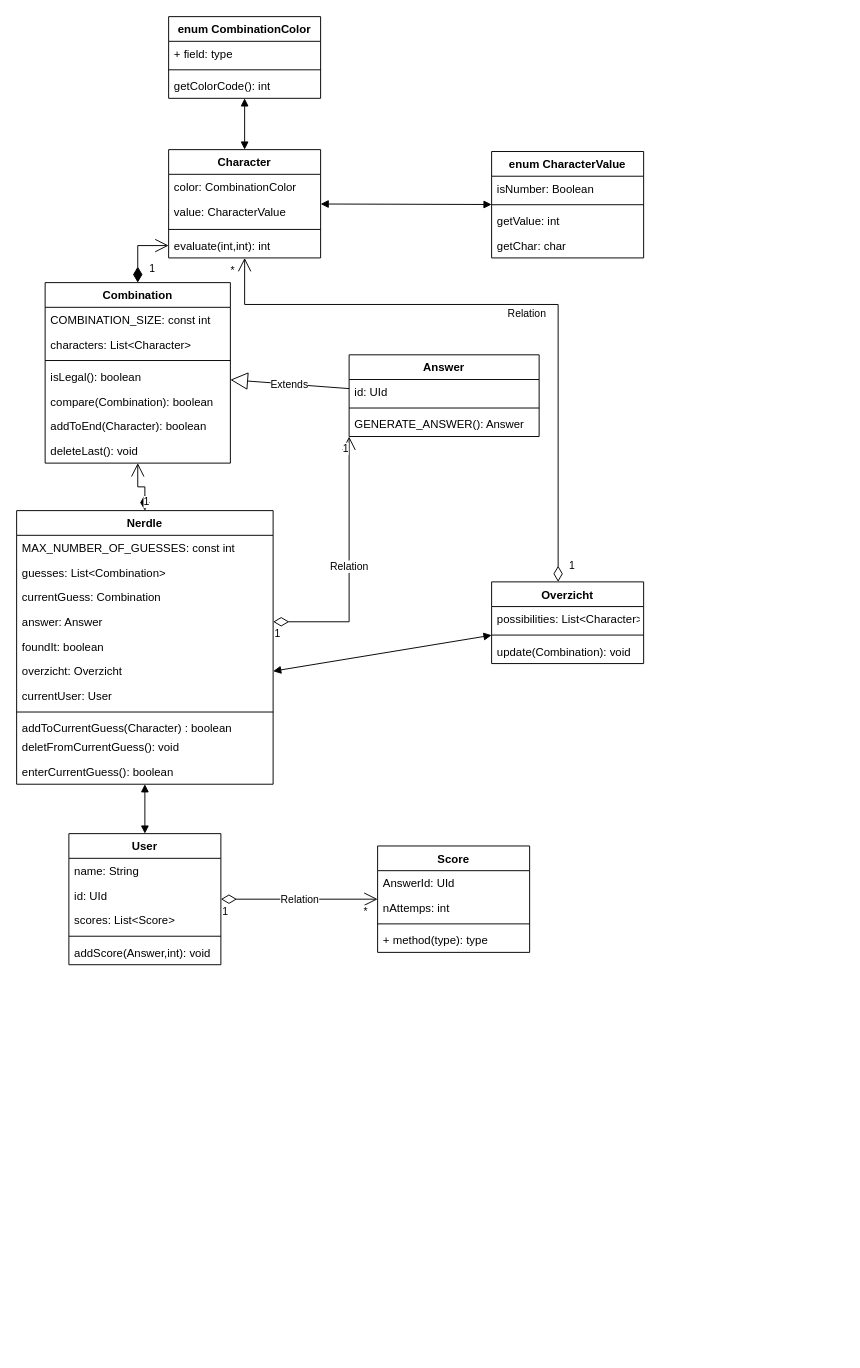
Earlier version of the draw.io diagram KlasseDiagram.drawio (jelseg/Nerdle). Source tidied: cells renumbered, new cells numbered last; positions are measured from the earlier drawing's top-left corner, leaving out a move shared by most shapes. Both pictures are drawn from the tidied source at 95%, with x=0, y=0 at pixel (16, 16).
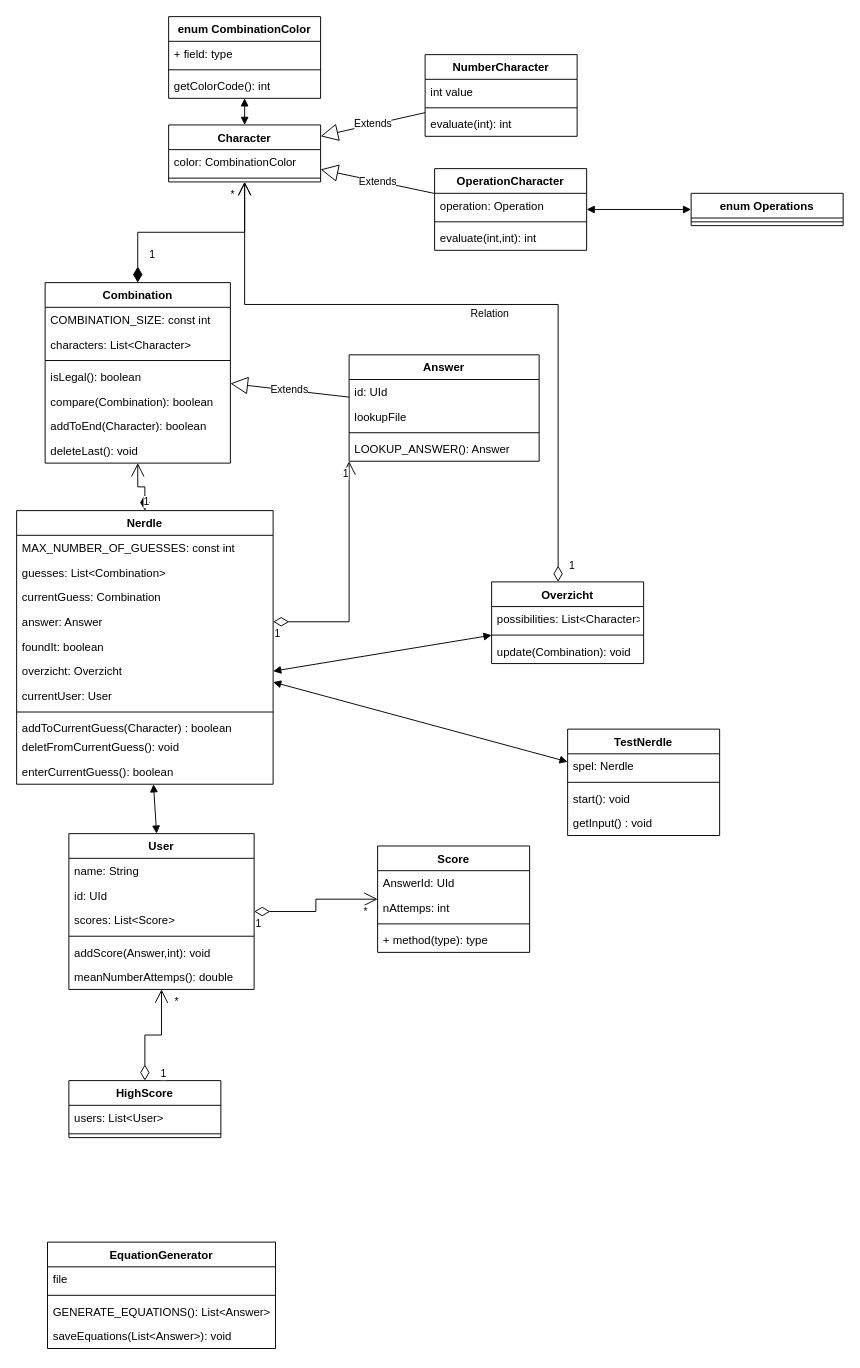
The same diagram, later.

The change refers to these unchanged cells:
```xml
<mxCell id="2" value="Nerdle" style="swimlane;fontStyle=1;align=center;verticalAlign=top;horizontal=1;startSize=26;" parent="1" vertex="1">
  <mxGeometry y="520" width="270" height="288" as="geometry" />
</mxCell>
<mxCell id="6" value="answer: Answer" style="text;strokeColor=none;fillColor=none;align=left;verticalAlign=top;spacingLeft=4;spacingRight=4;overflow=hidden;points=[[0,0.5],[1,0.5]];portConstraint=eastwest;" parent="2" vertex="1">
  <mxGeometry y="104" width="270" height="26" as="geometry" />
</mxCell>
<mxCell id="14" value="Combination" style="swimlane;fontStyle=1;align=center;verticalAlign=top;horizontal=1;startSize=26;" parent="1" vertex="1">
  <mxGeometry x="30" y="280" width="195" height="190" as="geometry" />
</mxCell>
<mxCell id="55" value="Score" style="swimlane;fontStyle=1;align=center;verticalAlign=top;horizontal=1;startSize=26;" parent="1" vertex="1">
  <mxGeometry x="380" y="873" width="160" height="112" as="geometry" />
</mxCell>
```

What changed in the source:
```diff
@@
     <mxCell id="23" value="Character" style="swimlane;fontStyle=1;align=center;verticalAlign=top;horizontal=1;startSize=26;" parent="1" vertex="1">
-      <mxGeometry x="160" y="140" width="160" height="114" as="geometry" />
+      <mxGeometry x="160" y="114" width="160" height="60" as="geometry" />
     </mxCell>
@@
-    <mxCell id="25" value="value: CharacterValue" style="text;strokeColor=none;fillColor=none;align=left;verticalAlign=top;spacingLeft=4;spacingRight=4;overflow=hidden;" parent="23" vertex="1">
-      <mxGeometry y="52" width="160" height="28" as="geometry" />
-    </mxCell>
     <mxCell id="26" style="line;strokeWidth=1;fillColor=none;align=left;verticalAlign=middle;spacingTop=-1;spacingLeft=3;spacingRight=3;labelPosition=right;strokeColor=inherit;" parent="23" vertex="1">
-      <mxGeometry y="80" width="160" height="8" as="geometry" />
+      <mxGeometry y="52" width="160" height="8" as="geometry" />
     </mxCell>
-    <mxCell id="27" value="evaluate(int,int): int" style="text;strokeColor=none;fillColor=none;align=left;verticalAlign=top;spacingLeft=4;spacingRight=4;overflow=hidden;points=[[0,0.5],[1,0.5]];portConstraint=eastwest;" parent="23" vertex="1">
-      <mxGeometry y="88" width="160" height="26" as="geometry" />
-    </mxCell>
@@
-    <mxCell id="32" value="1" style="endArrow=open;html=1;endSize=12;startArrow=diamondThin;startSize=14;startFill=1;edgeStyle=orthogonalEdgeStyle;align=left;verticalAlign=bottom;rounded=0;" parent="1" edge="1" source="14" target="27">
+    <mxCell id="32" value="1" style="endArrow=open;html=1;endSize=12;startArrow=diamondThin;startSize=14;startFill=1;edgeStyle=orthogonalEdgeStyle;align=left;verticalAlign=bottom;rounded=0;" parent="1" edge="1" source="14" target="23">
       <mxGeometry x="-0.82" y="-10" relative="1" as="geometry" />
     </mxCell>
-    <mxCell id="33" value="enum CharacterValue" style="swimlane;fontStyle=1;align=center;verticalAlign=top;horizontal=1;startSize=26;" parent="1" vertex="1">
-      <mxGeometry x="500" y="142" width="160" height="112" as="geometry" />
+    <mxCell id="33" value="enum Operations" style="swimlane;fontStyle=1;align=center;verticalAlign=top;horizontal=1;startSize=26;" parent="1" vertex="1">
+      <mxGeometry x="710" y="186" width="160" height="34" as="geometry" />
     </mxCell>
-    <mxCell id="34" value="isNumber: Boolean" style="text;strokeColor=none;fillColor=none;align=left;verticalAlign=top;spacingLeft=4;spacingRight=4;overflow=hidden;" parent="33" vertex="1">
-      <mxGeometry y="26" width="160" height="26" as="geometry" />
-    </mxCell>
     <mxCell id="35" style="line;strokeWidth=1;fillColor=none;align=left;verticalAlign=middle;spacingTop=-1;spacingLeft=3;spacingRight=3;labelPosition=right;strokeColor=inherit;" parent="33" vertex="1">
-      <mxGeometry y="52" width="160" height="8" as="geometry" />
+      <mxGeometry y="26" width="160" height="8" as="geometry" />
     </mxCell>
-    <mxCell id="36" value="getValue: int" style="text;strokeColor=none;fillColor=none;align=left;verticalAlign=top;spacingLeft=4;spacingRight=4;overflow=hidden;" parent="33" vertex="1">
-      <mxGeometry y="60" width="160" height="26" as="geometry" />
-    </mxCell>
-    <mxCell id="37" value="getChar: char" style="text;strokeColor=none;fillColor=none;align=left;verticalAlign=top;spacingLeft=4;spacingRight=4;overflow=hidden;" parent="33" vertex="1">
-      <mxGeometry y="86" width="160" height="26" as="geometry" />
-    </mxCell>
-    <mxCell id="38" style="endArrow=block;startArrow=block;endFill=1;startFill=1;html=1;rounded=0;" parent="1" edge="1" source="23" target="33">
+    <mxCell id="38" style="endArrow=block;startArrow=block;endFill=1;startFill=1;html=1;rounded=0;" parent="1" edge="1" source="94" target="33">
       <mxGeometry relative="1" as="geometry" />
     </mxCell>
@@
     <mxCell id="48" value="User" style="swimlane;fontStyle=1;align=center;verticalAlign=top;horizontal=1;startSize=26;" parent="1" vertex="1">
-      <mxGeometry x="55" y="860" width="160" height="138" as="geometry" />
+      <mxGeometry x="55" y="860" width="195" height="164" as="geometry" />
     </mxCell>
     <mxCell id="49" value="name: String" style="text;strokeColor=none;fillColor=none;align=left;verticalAlign=top;spacingLeft=4;spacingRight=4;overflow=hidden;" parent="48" vertex="1">
-      <mxGeometry y="26" width="160" height="26" as="geometry" />
+      <mxGeometry y="26" width="195" height="26" as="geometry" />
     </mxCell>
     <mxCell id="50" value="id: UId" style="text;strokeColor=none;fillColor=none;align=left;verticalAlign=top;spacingLeft=4;spacingRight=4;overflow=hidden;" parent="48" vertex="1">
-      <mxGeometry y="52" width="160" height="26" as="geometry" />
+      <mxGeometry y="52" width="195" height="26" as="geometry" />
     </mxCell>
     <mxCell id="51" value="scores: List&lt;Score&gt;" style="text;strokeColor=none;fillColor=none;align=left;verticalAlign=top;spacingLeft=4;spacingRight=4;overflow=hidden;" parent="48" vertex="1">
-      <mxGeometry y="78" width="160" height="26" as="geometry" />
+      <mxGeometry y="78" width="195" height="26" as="geometry" />
     </mxCell>
     <mxCell id="52" style="line;strokeWidth=1;fillColor=none;align=left;verticalAlign=middle;spacingTop=-1;spacingLeft=3;spacingRight=3;labelPosition=right;strokeColor=inherit;" parent="48" vertex="1">
-      <mxGeometry y="104" width="160" height="8" as="geometry" />
+      <mxGeometry y="104" width="195" height="8" as="geometry" />
     </mxCell>
     <mxCell id="53" value="addScore(Answer,int): void" style="text;strokeColor=none;fillColor=none;align=left;verticalAlign=top;spacingLeft=4;spacingRight=4;overflow=hidden;" parent="48" vertex="1">
-      <mxGeometry y="112" width="160" height="26" as="geometry" />
+      <mxGeometry y="112" width="195" height="26" as="geometry" />
     </mxCell>
+    <mxCell id="71" value="meanNumberAttemps(): double" style="text;strokeColor=none;fillColor=none;align=left;verticalAlign=top;spacingLeft=4;spacingRight=4;overflow=hidden;" parent="48" vertex="1">
+      <mxGeometry y="138" width="195" height="26" as="geometry" />
+    </mxCell>
@@
     <mxCell id="60" value="Answer" style="swimlane;fontStyle=1;align=center;verticalAlign=top;horizontal=1;startSize=26;" parent="1" vertex="1">
-      <mxGeometry x="350" y="356" width="200" height="86" as="geometry" />
+      <mxGeometry x="350" y="356" width="200" height="112" as="geometry" />
     </mxCell>
@@
+    <mxCell id="72" value="lookupFile" style="text;strokeColor=none;fillColor=none;align=left;verticalAlign=top;spacingLeft=4;spacingRight=4;overflow=hidden;" parent="60" vertex="1">
+      <mxGeometry y="52" width="200" height="26" as="geometry" />
+    </mxCell>
     <mxCell id="62" style="line;strokeWidth=1;fillColor=none;align=left;verticalAlign=middle;spacingTop=-1;spacingLeft=3;spacingRight=3;labelPosition=right;strokeColor=inherit;" parent="60" vertex="1">
-      <mxGeometry y="52" width="200" height="8" as="geometry" />
+      <mxGeometry y="78" width="200" height="8" as="geometry" />
     </mxCell>
-    <mxCell id="63" value="GENERATE_ANSWER(): Answer" style="text;strokeColor=none;fillColor=none;align=left;verticalAlign=top;spacingLeft=4;spacingRight=4;overflow=hidden;" parent="60" vertex="1">
-      <mxGeometry y="60" width="200" height="26" as="geometry" />
+    <mxCell id="63" value="LOOKUP_ANSWER(): Answer" style="text;strokeColor=none;fillColor=none;align=left;verticalAlign=top;spacingLeft=4;spacingRight=4;overflow=hidden;" parent="60" vertex="1">
+      <mxGeometry y="86" width="200" height="26" as="geometry" />
     </mxCell>
@@
-    <mxCell id="65" value="Relation" style="endArrow=open;html=1;endSize=12;startArrow=diamondThin;startSize=14;startFill=0;edgeStyle=orthogonalEdgeStyle;rounded=0;" parent="1" edge="1" source="6" target="60">
-      <mxGeometry relative="1" as="geometry">
+    <mxCell id="65" style="endArrow=open;html=1;endSize=12;startArrow=diamondThin;startSize=14;startFill=0;edgeStyle=orthogonalEdgeStyle;rounded=0;" parent="1" edge="1" source="6" target="60">
+      <mxGeometry x="0.02" y="-30" relative="1" as="geometry">
         <Array as="points">
           <mxPoint x="350" y="637" />
         </Array>
       </mxGeometry>
     </mxCell>
@@
-    <mxCell id="68" value="Relation" style="endArrow=open;html=1;endSize=12;startArrow=diamondThin;startSize=14;startFill=0;edgeStyle=orthogonalEdgeStyle;rounded=0;" parent="1" edge="1" source="48" target="55">
-      <mxGeometry relative="1" as="geometry" />
+    <mxCell id="68" style="endArrow=open;html=1;endSize=12;startArrow=diamondThin;startSize=14;startFill=0;edgeStyle=orthogonalEdgeStyle;rounded=0;" parent="1" edge="1" source="48" target="55">
+      <mxGeometry x="0.09" y="39" relative="1" as="geometry">
+        <mxPoint x="-5" as="offset" />
+      </mxGeometry>
     </mxCell>
@@
+    <mxCell id="73" value="HighScore" style="swimlane;fontStyle=1;align=center;verticalAlign=top;horizontal=1;startSize=26;" parent="1" vertex="1">
+      <mxGeometry x="55" y="1120" width="160" height="60" as="geometry" />
+    </mxCell>
+    <mxCell id="74" value="users: List&lt;User&gt;" style="text;strokeColor=none;fillColor=none;align=left;verticalAlign=top;spacingLeft=4;spacingRight=4;overflow=hidden;" parent="73" vertex="1">
+      <mxGeometry y="26" width="160" height="26" as="geometry" />
+    </mxCell>
+    <mxCell id="75" style="line;strokeWidth=1;fillColor=none;align=left;verticalAlign=middle;spacingTop=-1;spacingLeft=3;spacingRight=3;labelPosition=right;strokeColor=inherit;" parent="73" vertex="1">
+      <mxGeometry y="52" width="160" height="8" as="geometry" />
+    </mxCell>
+    <mxCell id="76" style="endArrow=open;html=1;endSize=12;startArrow=diamondThin;startSize=14;startFill=0;edgeStyle=orthogonalEdgeStyle;rounded=0;" parent="1" edge="1" source="73" target="48">
+      <mxGeometry x="0.19" y="-47" relative="1" as="geometry">
+        <mxPoint x="1" as="offset" />
+      </mxGeometry>
+    </mxCell>
+    <mxCell id="77" value="1" style="edgeLabel;html=1;align=left;verticalAlign=top;" parent="76" vertex="1">
+      <mxGeometry x="-1" relative="1" as="geometry">
+        <mxPoint x="15" y="-20" as="offset" />
+      </mxGeometry>
+    </mxCell>
+    <mxCell id="78" value="*" style="edgeLabel;html=1;align=right;verticalAlign=top;" parent="76" vertex="1">
+      <mxGeometry x="1" relative="1" as="geometry">
+        <mxPoint x="18" as="offset" />
+      </mxGeometry>
+    </mxCell>
+    <mxCell id="79" value="TestNerdle" style="swimlane;fontStyle=1;align=center;verticalAlign=top;horizontal=1;startSize=26;" parent="1" vertex="1">
+      <mxGeometry x="580" y="750" width="160" height="112" as="geometry" />
+    </mxCell>
+    <mxCell id="80" value="spel: Nerdle" style="text;strokeColor=none;fillColor=none;align=left;verticalAlign=top;spacingLeft=4;spacingRight=4;overflow=hidden;" parent="79" vertex="1">
+      <mxGeometry y="26" width="160" height="26" as="geometry" />
+    </mxCell>
+    <mxCell id="81" style="line;strokeWidth=1;fillColor=none;align=left;verticalAlign=middle;spacingTop=-1;spacingLeft=3;spacingRight=3;labelPosition=right;strokeColor=inherit;" parent="79" vertex="1">
+      <mxGeometry y="52" width="160" height="8" as="geometry" />
+    </mxCell>
+    <mxCell id="82" value="start(): void" style="text;strokeColor=none;fillColor=none;align=left;verticalAlign=top;spacingLeft=4;spacingRight=4;overflow=hidden;" parent="79" vertex="1">
+      <mxGeometry y="60" width="160" height="26" as="geometry" />
+    </mxCell>
+    <mxCell id="83" value="getInput() : void" style="text;strokeColor=none;fillColor=none;align=left;verticalAlign=top;spacingLeft=4;spacingRight=4;overflow=hidden;" parent="79" vertex="1">
+      <mxGeometry y="86" width="160" height="26" as="geometry" />
+    </mxCell>
+    <mxCell id="84" style="endArrow=block;startArrow=block;endFill=1;startFill=1;html=1;rounded=0;" parent="1" edge="1" source="2" target="79">
+      <mxGeometry relative="1" as="geometry" />
+    </mxCell>
+    <mxCell id="85" value="EquationGenerator" style="swimlane;fontStyle=1;align=center;verticalAlign=top;horizontal=1;startSize=26;" parent="1" vertex="1">
+      <mxGeometry x="32.5" y="1290" width="240" height="112" as="geometry" />
+    </mxCell>
+    <mxCell id="86" value="file" style="text;strokeColor=none;fillColor=none;align=left;verticalAlign=top;spacingLeft=4;spacingRight=4;overflow=hidden;" parent="85" vertex="1">
+      <mxGeometry y="26" width="240" height="26" as="geometry" />
+    </mxCell>
+    <mxCell id="87" style="line;strokeWidth=1;fillColor=none;align=left;verticalAlign=middle;spacingTop=-1;spacingLeft=3;spacingRight=3;labelPosition=right;strokeColor=inherit;" parent="85" vertex="1">
+      <mxGeometry y="52" width="240" height="8" as="geometry" />
+    </mxCell>
+    <mxCell id="88" value="GENERATE_EQUATIONS(): List&lt;Answer&gt;" style="text;strokeColor=none;fillColor=none;align=left;verticalAlign=top;spacingLeft=4;spacingRight=4;overflow=hidden;" parent="85" vertex="1">
+      <mxGeometry y="60" width="240" height="26" as="geometry" />
+    </mxCell>
+    <mxCell id="89" value="saveEquations(List&lt;Answer&gt;): void" style="text;strokeColor=none;fillColor=none;align=left;verticalAlign=top;spacingLeft=4;spacingRight=4;overflow=hidden;" parent="85" vertex="1">
+      <mxGeometry y="86" width="240" height="26" as="geometry" />
+    </mxCell>
+    <mxCell id="90" value="NumberCharacter" style="swimlane;fontStyle=1;align=center;verticalAlign=top;horizontal=1;startSize=26;" parent="1" vertex="1">
+      <mxGeometry x="430" y="40" width="160" height="86" as="geometry" />
+    </mxCell>
+    <mxCell id="91" value="int value" style="text;strokeColor=none;fillColor=none;align=left;verticalAlign=top;spacingLeft=4;spacingRight=4;overflow=hidden;" parent="90" vertex="1">
+      <mxGeometry y="26" width="160" height="26" as="geometry" />
+    </mxCell>
+    <mxCell id="92" style="line;strokeWidth=1;fillColor=none;align=left;verticalAlign=middle;spacingTop=-1;spacingLeft=3;spacingRight=3;labelPosition=right;strokeColor=inherit;" parent="90" vertex="1">
+      <mxGeometry y="52" width="160" height="8" as="geometry" />
+    </mxCell>
+    <mxCell id="93" value="evaluate(int): int" style="text;strokeColor=none;fillColor=none;align=left;verticalAlign=top;spacingLeft=4;spacingRight=4;overflow=hidden;" parent="90" vertex="1">
+      <mxGeometry y="60" width="160" height="26" as="geometry" />
+    </mxCell>
+    <mxCell id="94" value="OperationCharacter" style="swimlane;fontStyle=1;align=center;verticalAlign=top;horizontal=1;startSize=26;" parent="1" vertex="1">
+      <mxGeometry x="440" y="160" width="160" height="86" as="geometry" />
+    </mxCell>
+    <mxCell id="95" value="operation: Operation" style="text;strokeColor=none;fillColor=none;align=left;verticalAlign=top;spacingLeft=4;spacingRight=4;overflow=hidden;" parent="94" vertex="1">
+      <mxGeometry y="26" width="160" height="26" as="geometry" />
+    </mxCell>
+    <mxCell id="96" style="line;strokeWidth=1;fillColor=none;align=left;verticalAlign=middle;spacingTop=-1;spacingLeft=3;spacingRight=3;labelPosition=right;strokeColor=inherit;" parent="94" vertex="1">
+      <mxGeometry y="52" width="160" height="8" as="geometry" />
+    </mxCell>
+    <mxCell id="27" value="evaluate(int,int): int" style="text;strokeColor=none;fillColor=none;align=left;verticalAlign=top;spacingLeft=4;spacingRight=4;overflow=hidden;points=[[0,0.5],[1,0.5]];portConstraint=eastwest;" parent="94" vertex="1">
+      <mxGeometry y="60" width="160" height="26" as="geometry" />
+    </mxCell>
+    <mxCell id="97" value="Extends" style="endArrow=block;endSize=16;endFill=0;html=1;rounded=0;" parent="1" edge="1" source="90" target="23">
+      <mxGeometry relative="1" as="geometry" />
+    </mxCell>
+    <mxCell id="98" value="Extends" style="endArrow=block;endSize=16;endFill=0;html=1;rounded=0;" parent="1" edge="1" source="94" target="23">
+      <mxGeometry relative="1" as="geometry" />
+    </mxCell>
```
